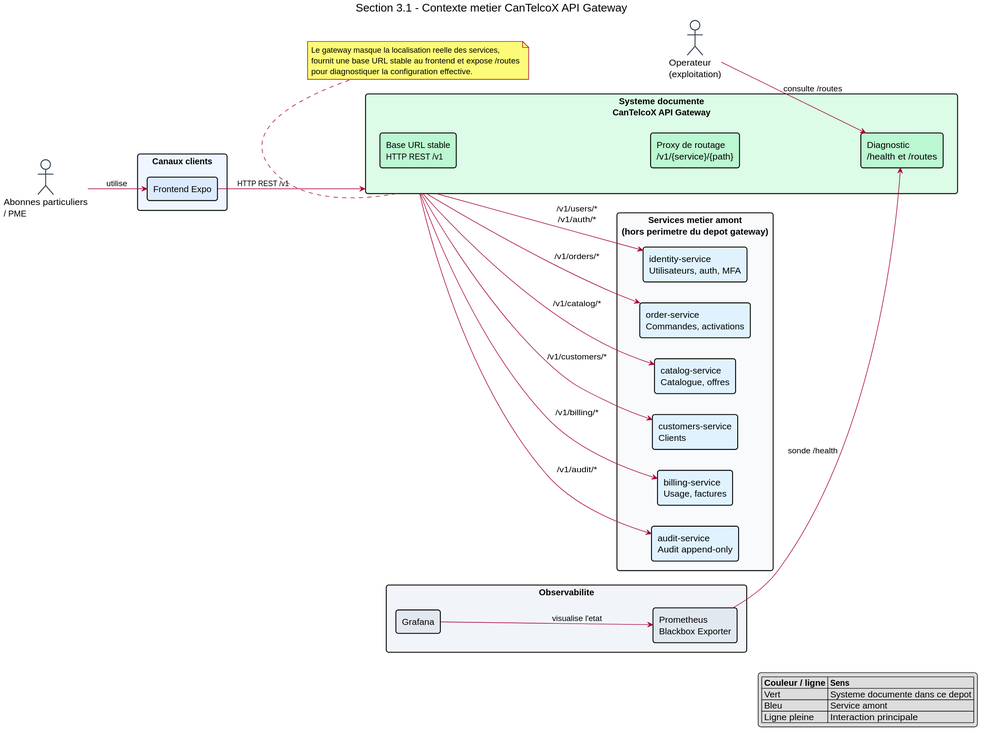
Above: docs/diagrams/plantuml/contexte-metier-3-1.svg in Amjad-Lekhdar/LOG430-cantelcox-api-gateway (PlantUML), before the change. Source of this version:
```plantuml
@startuml contexte-metier-3-1
title Section 3.1 - Contexte metier CanTelcoX API Gateway

left to right direction
skinparam shadowing false
skinparam backgroundColor #FFFFFF
skinparam defaultFontName Arial
skinparam packageStyle rectangle
skinparam rectangle {
  RoundCorner 8
}
skinparam actor {
  BorderColor #2F3A4A
  BackgroundColor #F8FAFC
}
skinparam database {
  BorderColor #475569
  BackgroundColor #F8FAFC
}

actor "Abonnes particuliers\n/ PME" as Subscribers
actor "Operateur\n(exploitation)" as Operator

rectangle "Canaux clients" as ClientChannels #EFF6FF {
  rectangle "Frontend Expo" as Frontend #DBEAFE
}

rectangle "Systeme documente\nCanTelcoX API Gateway" as Gateway #DCFCE7 {
  rectangle "Base URL stable\nHTTP REST /v1" as StableUrl #BBF7D0
  rectangle "Proxy de routage\n/v1/{service}/{path}" as Router #BBF7D0
  rectangle "Diagnostic\n/health et /routes" as Diagnostics #BBF7D0
}

rectangle "Services metier amont\n(hors perimetre du depot gateway)" as Upstream #F8FAFC {
  rectangle "identity-service\nUtilisateurs, auth, MFA" as Identity #E0F2FE
  rectangle "order-service\nCommandes, activations" as Orders #E0F2FE
  rectangle "catalog-service\nCatalogue, offres" as Catalog #E0F2FE
  rectangle "customers-service\nClients" as Customers #E0F2FE
  rectangle "billing-service\nUsage, factures" as Billing #E0F2FE
  rectangle "audit-service\nAudit append-only" as Audit #E0F2FE
}

rectangle "Observabilite" as Observability #F1F5F9 {
  rectangle "Prometheus\nBlackbox Exporter" as Blackbox #E2E8F0
  rectangle "Grafana" as Grafana #E2E8F0
}

Subscribers --> Frontend : utilise
Frontend --> Gateway : HTTP REST /v1

Gateway --> Identity : /v1/users/*\n/v1/auth/*
Gateway --> Orders : /v1/orders/*
Gateway --> Catalog : /v1/catalog/*
Gateway --> Customers : /v1/customers/*
Gateway --> Billing : /v1/billing/*
Gateway --> Audit : /v1/audit/*

Operator --> Diagnostics : consulte /routes
Blackbox --> Diagnostics : sonde /health
Grafana --> Blackbox : visualise l'etat

StableUrl -[hidden]- Router
Router -[hidden]- Diagnostics

legend right
  |= Couleur / ligne |= Sens |
  | Vert | Systeme documente dans ce depot |
  | Bleu | Service amont |
  | Ligne pleine | Interaction principale |
endlegend

note bottom of Gateway
Le gateway masque la localisation reelle des services,
fournit une base URL stable au frontend et expose /routes
pour diagnostiquer la configuration effective.
end note

@enduml
```
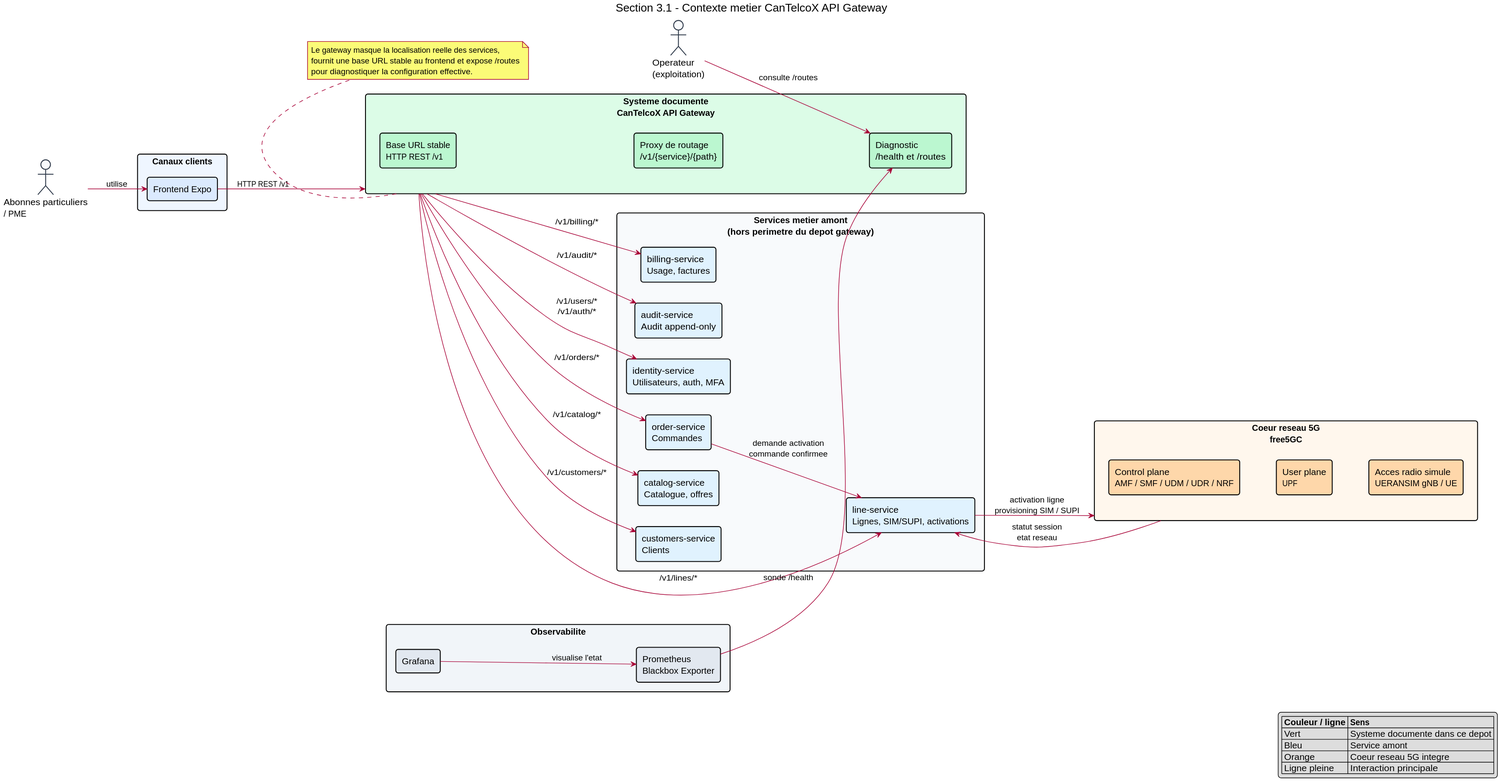
After the commit.

Diff of the diagram source:
```diff
@@ -33,11 +33,18 @@
 
 rectangle "Services metier amont\n(hors perimetre du depot gateway)" as Upstream #F8FAFC {
   rectangle "identity-service\nUtilisateurs, auth, MFA" as Identity #E0F2FE
-  rectangle "order-service\nCommandes, activations" as Orders #E0F2FE
+  rectangle "order-service\nCommandes" as Orders #E0F2FE
+  rectangle "line-service\nLignes, SIM/SUPI, activations" as Lines #E0F2FE
   rectangle "catalog-service\nCatalogue, offres" as Catalog #E0F2FE
   rectangle "customers-service\nClients" as Customers #E0F2FE
   rectangle "billing-service\nUsage, factures" as Billing #E0F2FE
   rectangle "audit-service\nAudit append-only" as Audit #E0F2FE
+}
+
+rectangle "Coeur reseau 5G\nfree5GC" as Free5GC #FFF7ED {
+  rectangle "Control plane\nAMF / SMF / UDM / UDR / NRF" as ControlPlane #FED7AA
+  rectangle "User plane\nUPF" as UserPlane #FED7AA
+  rectangle "Acces radio simule\nUERANSIM gNB / UE" as Ueransim #FED7AA
 }
 
 rectangle "Observabilite" as Observability #F1F5F9 {
@@ -50,10 +57,17 @@
 
 Gateway --> Identity : /v1/users/*\n/v1/auth/*
 Gateway --> Orders : /v1/orders/*
+Gateway --> Lines : /v1/lines/*
 Gateway --> Catalog : /v1/catalog/*
 Gateway --> Customers : /v1/customers/*
 Gateway --> Billing : /v1/billing/*
 Gateway --> Audit : /v1/audit/*
+
+Orders --> Lines : demande activation\ncommande confirmee
+Lines --> Free5GC : activation ligne\nprovisioning SIM / SUPI
+Free5GC --> Lines : statut session\netat reseau
+ControlPlane -[hidden]- UserPlane
+UserPlane -[hidden]- Ueransim
 
 Operator --> Diagnostics : consulte /routes
 Blackbox --> Diagnostics : sonde /health
@@ -66,6 +80,7 @@
   |= Couleur / ligne |= Sens |
   | Vert | Systeme documente dans ce depot |
   | Bleu | Service amont |
+  | Orange | Coeur reseau 5G integre |
   | Ligne pleine | Interaction principale |
 endlegend
 
```
